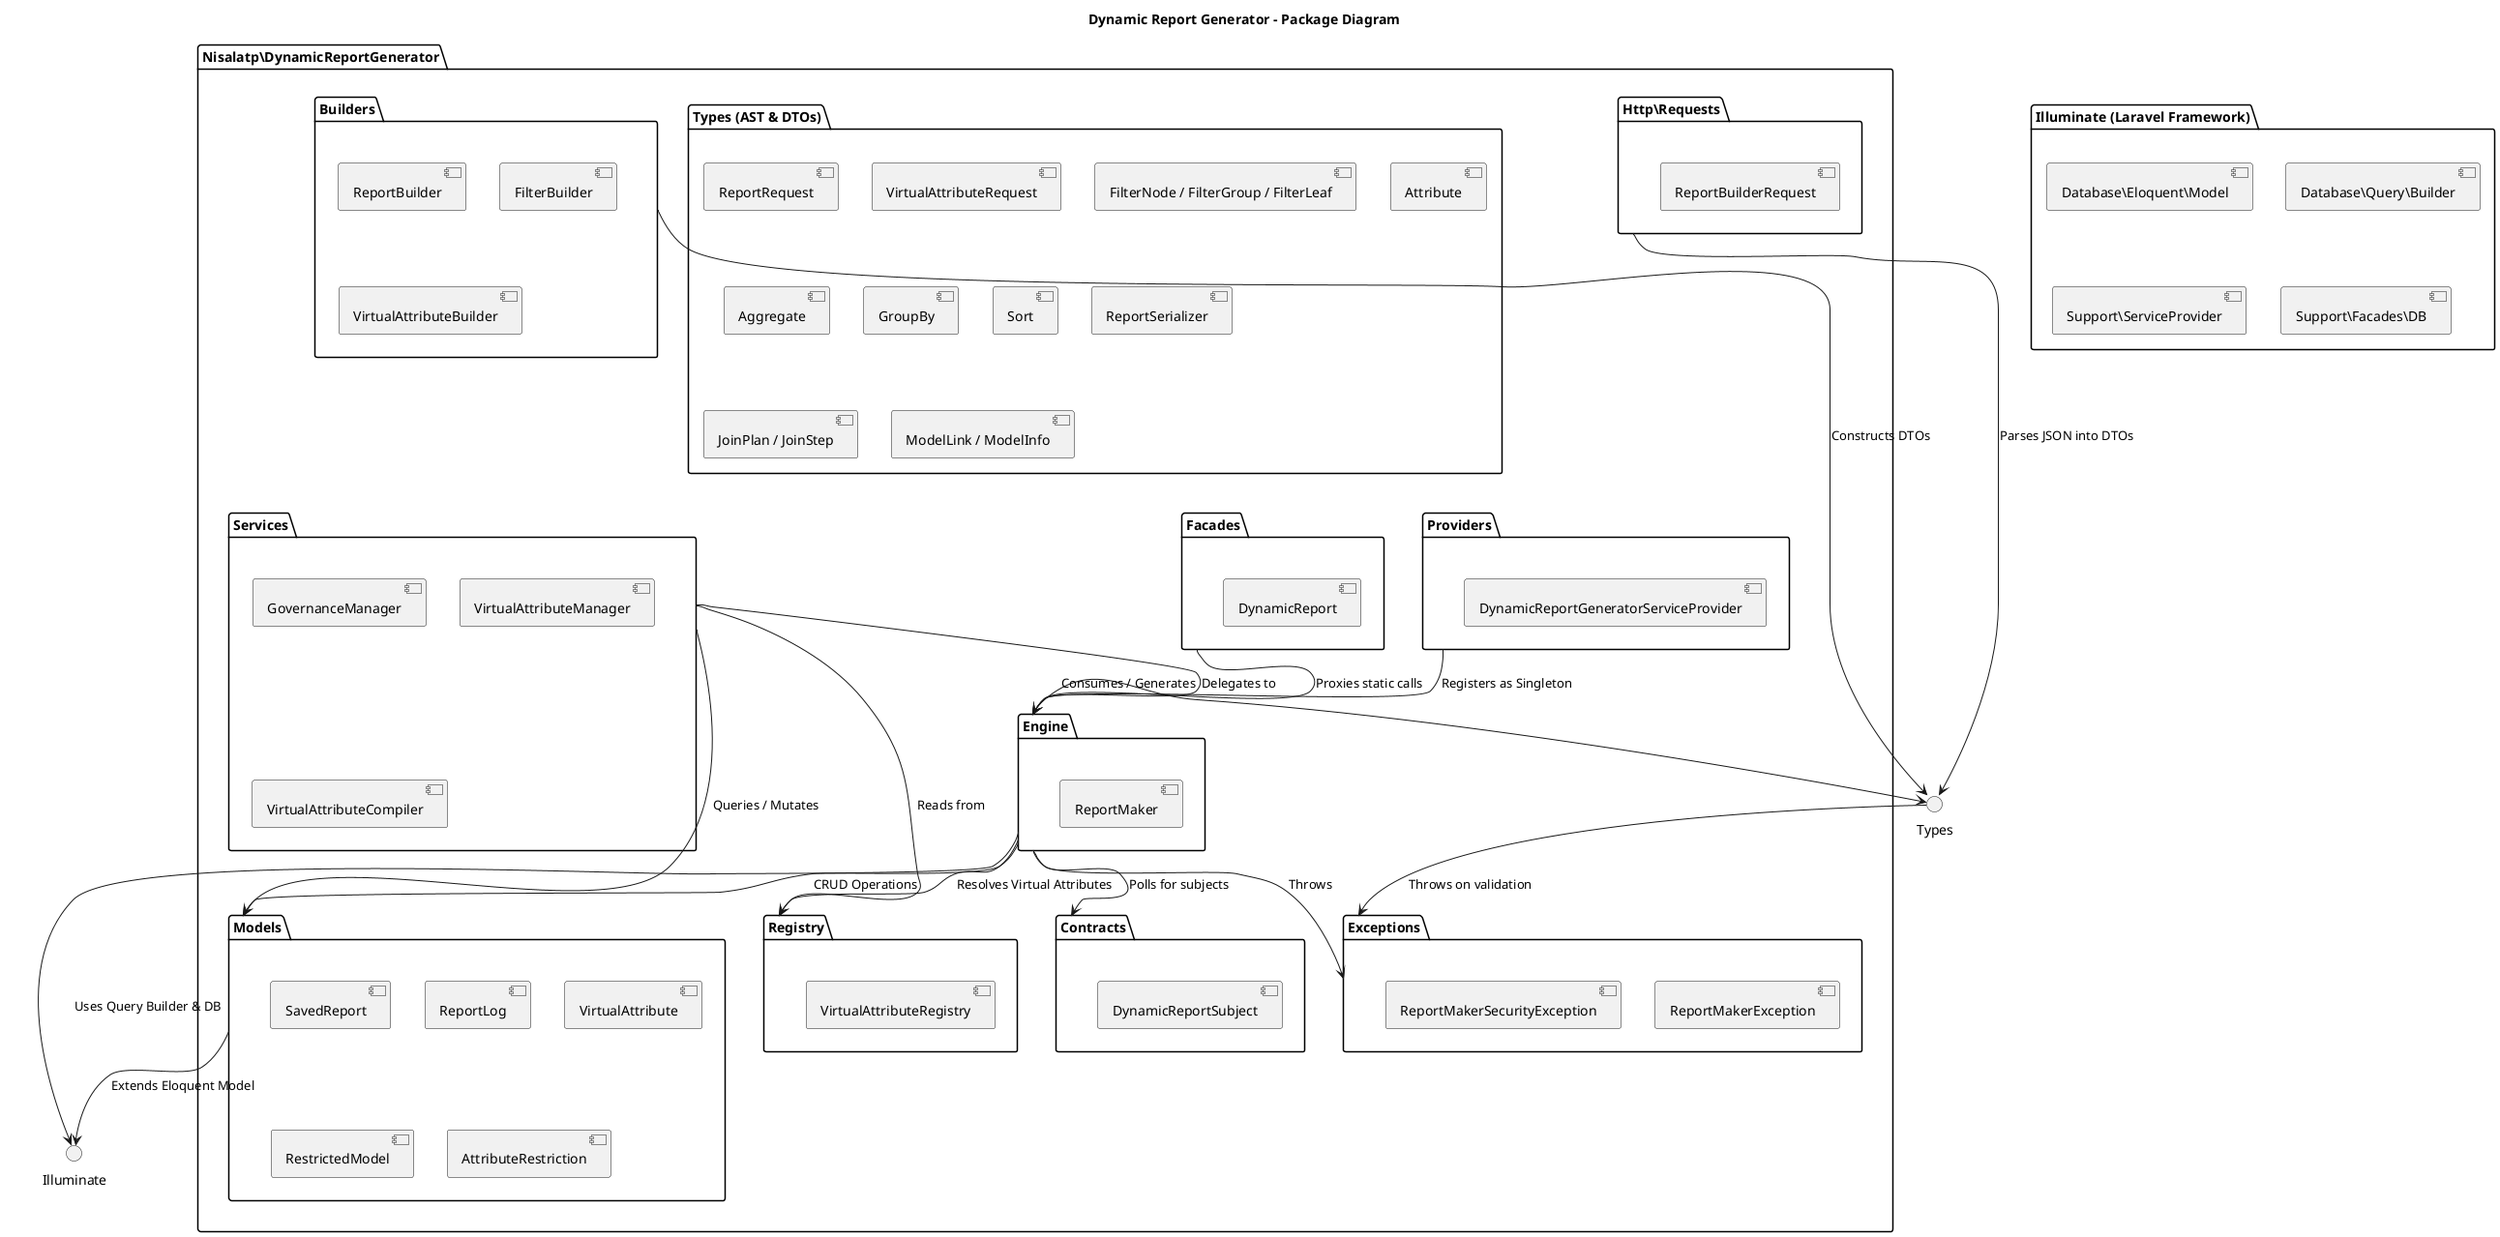
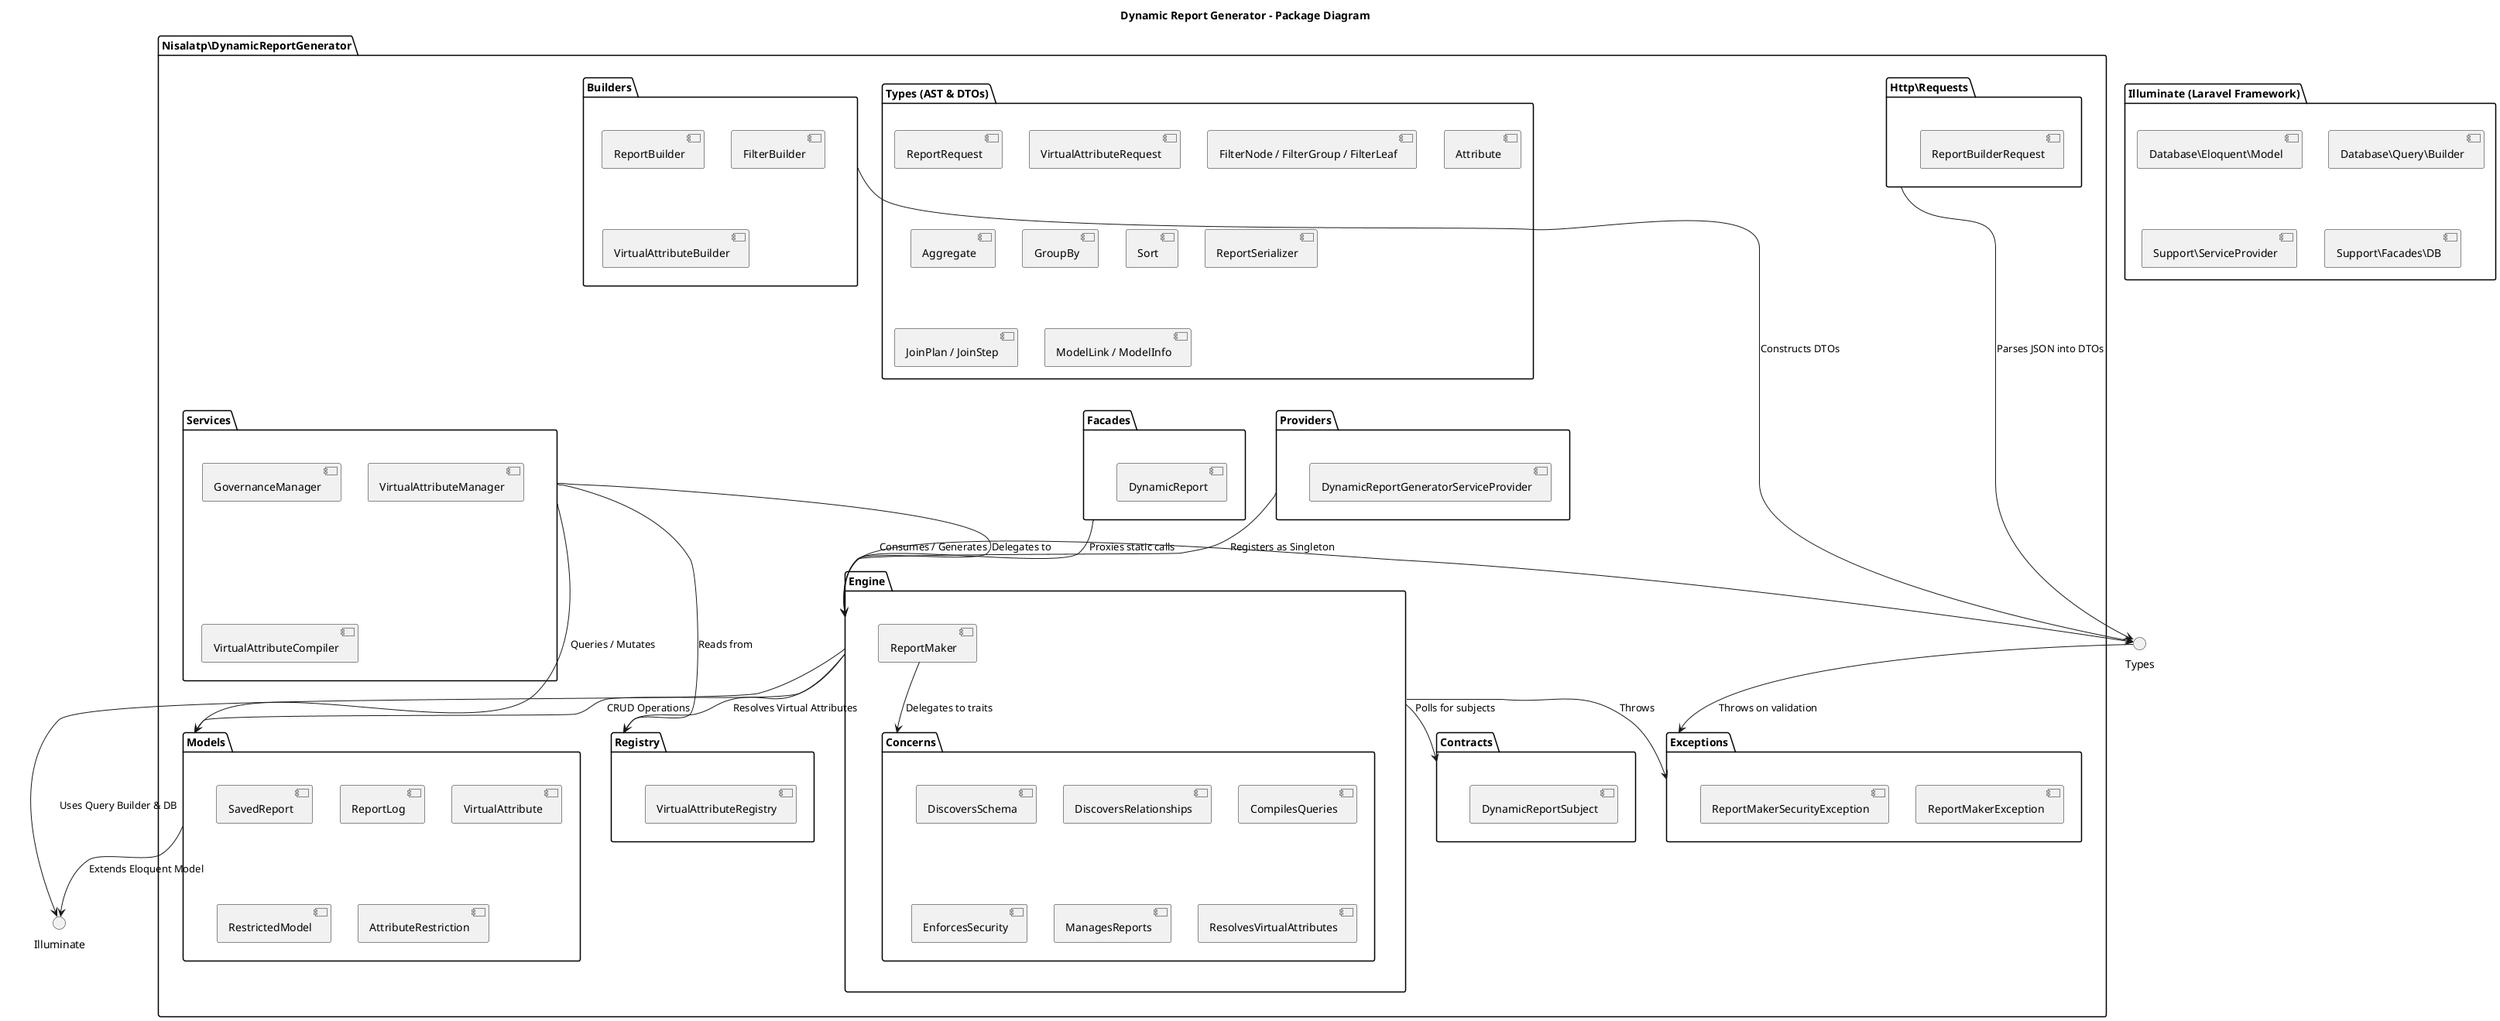
@startuml Package Diagram
title Dynamic Report Generator - Package Diagram

package "Nisalatp\\DynamicReportGenerator" {

    package "Providers" {
        [DynamicReportGeneratorServiceProvider]
    }

    package "Facades" {
        [DynamicReport]
    }

    package "Engine" {
        [ReportMaker]
+ 
+         package "Concerns" {
+             [DiscoversSchema]
+             [DiscoversRelationships]
+             [CompilesQueries]
+             [EnforcesSecurity]
+             [ManagesReports]
+             [ResolvesVirtualAttributes]
+         }
    }

    package "Types (AST & DTOs)" {
        [ReportRequest]
        [VirtualAttributeRequest]
        [FilterNode / FilterGroup / FilterLeaf]
        [Attribute]
        [Aggregate]
        [GroupBy]
        [Sort]
        [ReportSerializer]
        [JoinPlan / JoinStep]
        [ModelLink / ModelInfo]
    }

    package "Builders" {
        [ReportBuilder]
        [FilterBuilder]
        [VirtualAttributeBuilder]
    }

    package "Services" {
        [GovernanceManager]
        [VirtualAttributeManager]
        [VirtualAttributeCompiler]
    }

    package "Registry" {
        [VirtualAttributeRegistry]
    }

    package "Models" {
        [SavedReport]
        [ReportLog]
        [VirtualAttribute]
        [RestrictedModel]
        [AttributeRestriction]
    }

    package "Contracts" {
        [DynamicReportSubject]
    }

    package "Exceptions" {
        [ReportMakerException]
        [ReportMakerSecurityException]
    }

    package "Http\\Requests" {
        [ReportBuilderRequest]
    }
}

package "Illuminate (Laravel Framework)" {
    [Database\\Eloquent\\Model]
    [Database\\Query\\Builder]
    [Support\\ServiceProvider]
    [Support\\Facades\\DB]
}

' === Dependency Arrows ===
+ [ReportMaker] --> Concerns : "Delegates to traits"
Providers --> Engine : "Registers as Singleton"
Facades --> Engine : "Proxies static calls"
Engine --> Types : "Consumes / Generates"
Engine --> Models : "CRUD Operations"
Engine --> Exceptions : "Throws"
Engine --> Registry : "Resolves Virtual Attributes"
Engine --> Contracts : "Polls for subjects"
Services --> Engine : "Delegates to"
Services --> Models : "Queries / Mutates"
Services --> Registry : "Reads from"
Builders --> Types : "Constructs DTOs"
Types --> Exceptions : "Throws on validation"
Models --> Illuminate : "Extends Eloquent Model"
Engine --> Illuminate : "Uses Query Builder & DB"
"Http\\Requests" --> Types : "Parses JSON into DTOs"

@enduml
